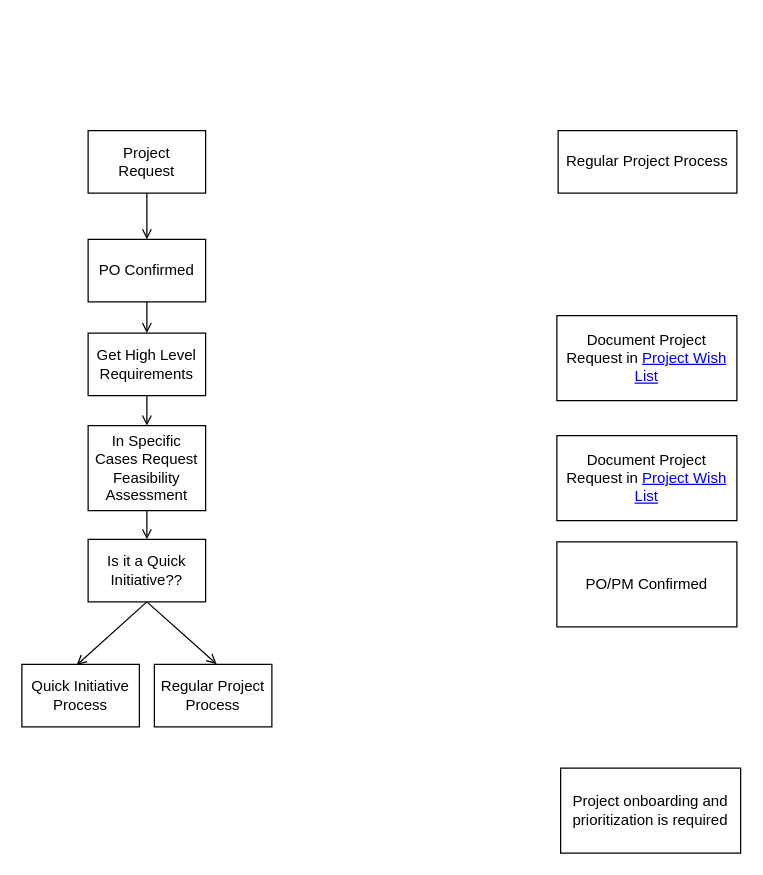
The draw.io diagram BPD Flow Charts.drawio in gilubilu/hello-world, before the edit. Source tidied: cells renumbered, new cells numbered last; positions are measured from the earlier drawing's top-left corner, leaving out a move shared by most shapes. Both pictures are drawn from the tidied source at 125%, with x=0, y=0 at pixel (21, 130).
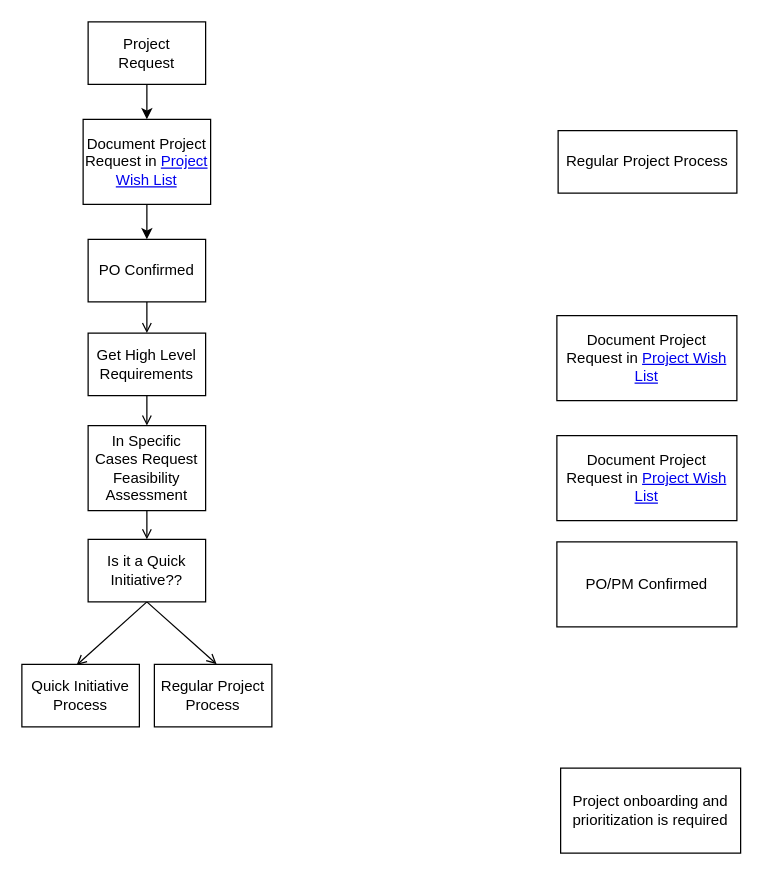
Above is the later version.

The change refers to these unchanged cells:
```xml
<mxCell id="16" value="PO Confirmed" style="rounded=0;whiteSpace=wrap;html=1;hachureGap=4;" parent="1" vertex="1">
  <mxGeometry x="53" y="87" width="94" height="50" as="geometry" />
</mxCell>
```

The edit, as a diff of the source:
```diff
@@
-    <mxCell id="2" style="edgeStyle=none;curved=1;rounded=0;jettySize=auto;html=1;exitX=0.5;exitY=1;exitDx=0;exitDy=0;endArrow=open;sourcePerimeterSpacing=8;targetPerimeterSpacing=8;entryX=0.5;entryY=0;entryDx=0;entryDy=0;" parent="1" edge="1" source="3" target="16">
-      <mxGeometry relative="1" as="geometry" />
-    </mxCell>
+    <mxCell id="20" style="edgeStyle=orthogonalEdgeStyle;rounded=0;jettySize=auto;html=1;exitX=0.5;exitY=1;exitDx=0;exitDy=0;entryX=0.5;entryY=0;entryDx=0;entryDy=0;" parent="1" edge="1" source="3" target="22">
+      <mxGeometry relative="1" as="geometry" />
+    </mxCell>
     <mxCell id="3" value="Project &lt;br&gt;Request" style="rounded=0;whiteSpace=wrap;html=1;hachureGap=4;" parent="1" vertex="1">
-      <mxGeometry x="53" width="94" height="50" as="geometry" />
+      <mxGeometry x="53" y="-87" width="94" height="50" as="geometry" />
     </mxCell>
@@
+    <mxCell id="21" style="edgeStyle=orthogonalEdgeStyle;rounded=0;jettySize=auto;html=1;exitX=0.5;exitY=1;exitDx=0;exitDy=0;entryX=0.5;entryY=0;entryDx=0;entryDy=0;" parent="1" edge="1" source="22" target="16">
+      <mxGeometry relative="1" as="geometry" />
+    </mxCell>
+    <mxCell id="22" value="Document Project Request in &lt;a href=&quot;http://confluence.corporate.intra:8080/x/ZAHLC&quot;&gt;Project Wish List&lt;/a&gt;" style="rounded=0;whiteSpace=wrap;html=1;hachureGap=4;" parent="1" vertex="1">
+      <mxGeometry x="49" y="-9" width="102" height="68" as="geometry" />
+    </mxCell>
```
